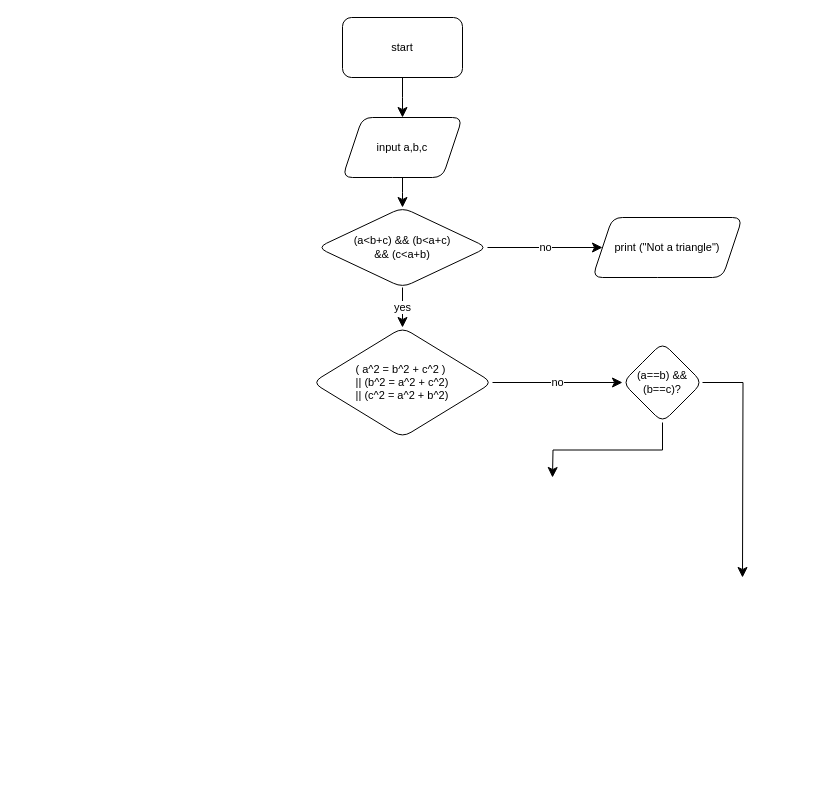
Chuntinne/FlowChart keeps this draw.io diagram as page "Exercise 8" (5 of 6) of Biểu đồ không có tiêu đề.drawio. Above is the earlier version. Source tidied: cells renumbered, new cells numbered last; positions are measured from the earlier drawing's top-left corner, leaving out a move shared by most shapes. Both pictures are drawn from the tidied source at 100%, with x=0, y=0 at pixel (312, 17).
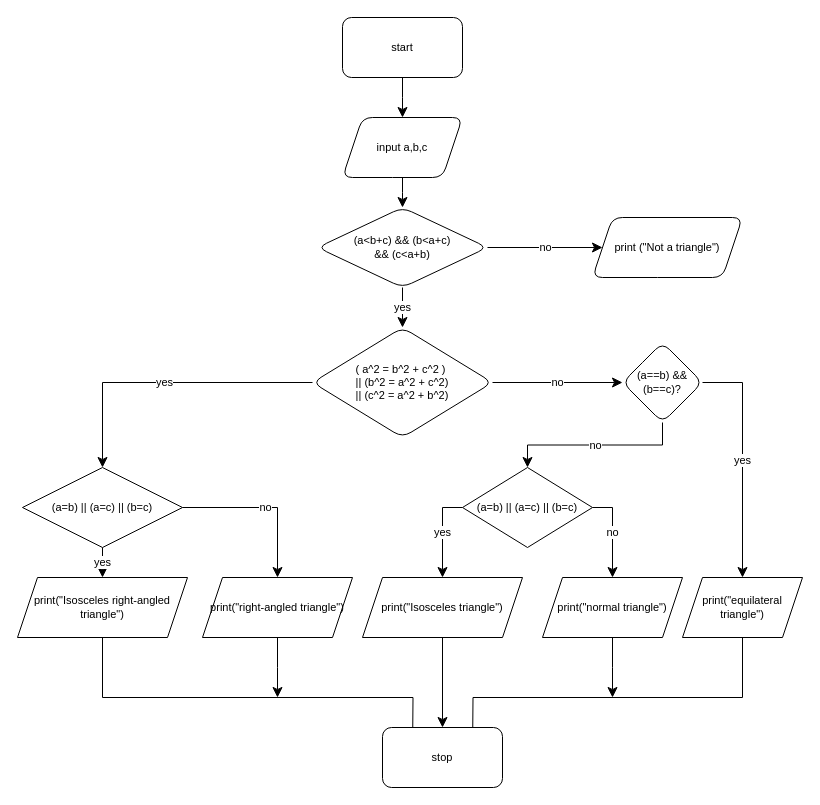
Above is the later version.

Unchanged cells that the change refers to:
```xml
<mxCell id="11" value="( a^2 = b^2 + c^2 )&amp;nbsp;&lt;br&gt;|| (b^2 = a^2 + c^2)&lt;br&gt;|| (c^2 = a^2 + b^2)" style="rhombus;whiteSpace=wrap;html=1;fontSize=11;rounded=1;" parent="1" vertex="1">
  <mxGeometry y="310" width="180" height="110" as="geometry" />
</mxCell>
<mxCell id="14" value="(a==b) &amp;amp;&amp;amp; (b==c)?" style="rhombus;whiteSpace=wrap;html=1;fontSize=11;rounded=1;" parent="1" vertex="1">
  <mxGeometry x="310" y="325" width="80" height="80" as="geometry" />
</mxCell>
```

The edit, as a diff of the source:
```diff
@@
+    <mxCell id="15" value="yes" style="edgeStyle=orthogonalEdgeStyle;shape=connector;rounded=0;jettySize=auto;html=1;exitX=0;exitY=0.5;exitDx=0;exitDy=0;labelBackgroundColor=default;strokeColor=default;align=center;verticalAlign=middle;fontFamily=Helvetica;fontSize=11;fontColor=default;endArrow=classic;startSize=8;endSize=8;elbow=vertical;" parent="1" edge="1" source="11" target="27">
+      <mxGeometry relative="1" as="geometry">
+        <Array as="points">
+          <mxPoint x="-210" y="365" />
+        </Array>
+      </mxGeometry>
+    </mxCell>
@@
-    <mxCell id="12" style="edgeStyle=orthogonalEdgeStyle;shape=connector;rounded=0;jettySize=auto;elbow=vertical;html=1;exitX=1;exitY=0.5;exitDx=0;exitDy=0;labelBackgroundColor=default;strokeColor=default;align=center;verticalAlign=middle;fontFamily=Helvetica;fontSize=11;fontColor=default;endArrow=classic;startSize=8;endSize=8;" parent="1" edge="1" source="14">
-      <mxGeometry relative="1" as="geometry">
-        <mxPoint x="430" y="560" as="targetPoint" />
-      </mxGeometry>
+    <mxCell id="12" value="yes" style="edgeStyle=orthogonalEdgeStyle;shape=connector;rounded=0;jettySize=auto;elbow=vertical;html=1;exitX=1;exitY=0.5;exitDx=0;exitDy=0;labelBackgroundColor=default;strokeColor=default;align=center;verticalAlign=middle;fontFamily=Helvetica;fontSize=11;fontColor=default;endArrow=classic;startSize=8;endSize=8;" parent="1" edge="1" source="14" target="17">
+      <mxGeometry relative="1" as="geometry" />
     </mxCell>
-    <mxCell id="13" style="edgeStyle=orthogonalEdgeStyle;shape=connector;rounded=0;jettySize=auto;html=1;exitX=0.5;exitY=1;exitDx=0;exitDy=0;labelBackgroundColor=default;strokeColor=default;align=center;verticalAlign=middle;fontFamily=Helvetica;fontSize=11;fontColor=default;endArrow=classic;startSize=8;endSize=8;elbow=vertical;" parent="1" edge="1" source="14">
-      <mxGeometry relative="1" as="geometry">
-        <mxPoint x="240" y="460" as="targetPoint" />
-      </mxGeometry>
+    <mxCell id="13" value="no" style="edgeStyle=orthogonalEdgeStyle;shape=connector;rounded=0;jettySize=auto;html=1;exitX=0.5;exitY=1;exitDx=0;exitDy=0;labelBackgroundColor=default;strokeColor=default;align=center;verticalAlign=middle;fontFamily=Helvetica;fontSize=11;fontColor=default;endArrow=classic;startSize=8;endSize=8;elbow=vertical;" parent="1" edge="1" source="14" target="20">
+      <mxGeometry relative="1" as="geometry" />
     </mxCell>
@@
+    <mxCell id="16" style="edgeStyle=orthogonalEdgeStyle;shape=connector;rounded=0;jettySize=auto;html=1;exitX=0.5;exitY=1;exitDx=0;exitDy=0;labelBackgroundColor=default;strokeColor=default;align=center;verticalAlign=middle;fontFamily=Helvetica;fontSize=11;fontColor=default;endArrow=classic;startSize=8;endSize=8;elbow=vertical;" parent="1" edge="1" source="17">
+      <mxGeometry relative="1" as="geometry">
+        <mxPoint x="160" y="740" as="targetPoint" />
+      </mxGeometry>
+    </mxCell>
+    <mxCell id="17" value="print(&quot;equilateral triangle&quot;)" style="shape=parallelogram;perimeter=parallelogramPerimeter;whiteSpace=wrap;html=1;fixedSize=1;fontFamily=Helvetica;fontSize=11;fontColor=default;" parent="1" vertex="1">
+      <mxGeometry x="370" y="560" width="120" height="60" as="geometry" />
+    </mxCell>
+    <mxCell id="18" value="yes" style="edgeStyle=orthogonalEdgeStyle;shape=connector;rounded=0;jettySize=auto;html=1;exitX=0;exitY=0.5;exitDx=0;exitDy=0;labelBackgroundColor=default;strokeColor=default;align=center;verticalAlign=middle;fontFamily=Helvetica;fontSize=11;fontColor=default;endArrow=classic;startSize=8;endSize=8;elbow=vertical;" parent="1" edge="1" source="20" target="22">
+      <mxGeometry relative="1" as="geometry" />
+    </mxCell>
+    <mxCell id="19" value="no" style="edgeStyle=orthogonalEdgeStyle;shape=connector;rounded=0;jettySize=auto;html=1;exitX=1;exitY=0.5;exitDx=0;exitDy=0;labelBackgroundColor=default;strokeColor=default;align=center;verticalAlign=middle;fontFamily=Helvetica;fontSize=11;fontColor=default;endArrow=classic;startSize=8;endSize=8;elbow=vertical;" parent="1" edge="1" source="20" target="24">
+      <mxGeometry relative="1" as="geometry" />
+    </mxCell>
+    <mxCell id="20" value="(a=b) || (a=c) || (b=c)" style="rhombus;whiteSpace=wrap;html=1;fontFamily=Helvetica;fontSize=11;fontColor=default;" parent="1" vertex="1">
+      <mxGeometry x="150" y="450" width="130" height="80" as="geometry" />
+    </mxCell>
+    <mxCell id="21" style="edgeStyle=orthogonalEdgeStyle;shape=connector;rounded=0;jettySize=auto;html=1;exitX=0.5;exitY=1;exitDx=0;exitDy=0;labelBackgroundColor=default;strokeColor=default;align=center;verticalAlign=middle;fontFamily=Helvetica;fontSize=11;fontColor=default;endArrow=classic;startSize=8;endSize=8;elbow=vertical;" parent="1" edge="1" source="22" target="32">
+      <mxGeometry relative="1" as="geometry" />
+    </mxCell>
+    <mxCell id="22" value="print(&quot;Isosceles triangle&quot;)" style="shape=parallelogram;perimeter=parallelogramPerimeter;whiteSpace=wrap;html=1;fixedSize=1;fontFamily=Helvetica;fontSize=11;fontColor=default;" parent="1" vertex="1">
+      <mxGeometry x="50" y="560" width="160" height="60" as="geometry" />
+    </mxCell>
+    <mxCell id="23" style="edgeStyle=orthogonalEdgeStyle;shape=connector;rounded=0;jettySize=auto;html=1;exitX=0.5;exitY=1;exitDx=0;exitDy=0;labelBackgroundColor=default;strokeColor=default;align=center;verticalAlign=middle;fontFamily=Helvetica;fontSize=11;fontColor=default;endArrow=classic;startSize=8;endSize=8;elbow=vertical;" parent="1" edge="1" source="24">
+      <mxGeometry relative="1" as="geometry">
+        <mxPoint x="300" y="680" as="targetPoint" />
+      </mxGeometry>
+    </mxCell>
+    <mxCell id="24" value="print(&quot;normal triangle&quot;)" style="shape=parallelogram;perimeter=parallelogramPerimeter;whiteSpace=wrap;html=1;fixedSize=1;fontFamily=Helvetica;fontSize=11;fontColor=default;" parent="1" vertex="1">
+      <mxGeometry x="230" y="560" width="140" height="60" as="geometry" />
+    </mxCell>
+    <mxCell id="25" value="yes" style="edgeStyle=orthogonalEdgeStyle;shape=connector;rounded=0;jettySize=auto;html=1;exitX=0.5;exitY=1;exitDx=0;exitDy=0;labelBackgroundColor=default;strokeColor=default;align=center;verticalAlign=middle;fontFamily=Helvetica;fontSize=11;fontColor=default;endArrow=classic;startSize=8;endSize=8;elbow=vertical;" parent="1" edge="1" source="27" target="29">
+      <mxGeometry relative="1" as="geometry" />
+    </mxCell>
+    <mxCell id="26" value="no" style="edgeStyle=orthogonalEdgeStyle;shape=connector;rounded=0;jettySize=auto;html=1;exitX=1;exitY=0.5;exitDx=0;exitDy=0;labelBackgroundColor=default;strokeColor=default;align=center;verticalAlign=middle;fontFamily=Helvetica;fontSize=11;fontColor=default;endArrow=classic;startSize=8;endSize=8;elbow=vertical;" parent="1" edge="1" source="27" target="31">
+      <mxGeometry relative="1" as="geometry" />
+    </mxCell>
+    <mxCell id="27" value="(a=b) || (a=c) || (b=c)" style="rhombus;whiteSpace=wrap;html=1;fontFamily=Helvetica;fontSize=11;fontColor=default;" parent="1" vertex="1">
+      <mxGeometry x="-290" y="450" width="160" height="80" as="geometry" />
+    </mxCell>
+    <mxCell id="28" style="edgeStyle=orthogonalEdgeStyle;shape=connector;rounded=0;jettySize=auto;html=1;exitX=0.5;exitY=1;exitDx=0;exitDy=0;labelBackgroundColor=default;strokeColor=default;align=center;verticalAlign=middle;fontFamily=Helvetica;fontSize=11;fontColor=default;endArrow=classic;startSize=8;endSize=8;elbow=vertical;" parent="1" edge="1" source="29">
+      <mxGeometry relative="1" as="geometry">
+        <mxPoint x="100" y="740" as="targetPoint" />
+      </mxGeometry>
+    </mxCell>
+    <mxCell id="29" value="print(&quot;Isosceles right-angled triangle&quot;)" style="shape=parallelogram;perimeter=parallelogramPerimeter;whiteSpace=wrap;html=1;fixedSize=1;fontFamily=Helvetica;fontSize=11;fontColor=default;" parent="1" vertex="1">
+      <mxGeometry x="-295" y="560" width="170" height="60" as="geometry" />
+    </mxCell>
+    <mxCell id="30" style="edgeStyle=orthogonalEdgeStyle;shape=connector;rounded=0;jettySize=auto;html=1;exitX=0.5;exitY=1;exitDx=0;exitDy=0;labelBackgroundColor=default;strokeColor=default;align=center;verticalAlign=middle;fontFamily=Helvetica;fontSize=11;fontColor=default;endArrow=classic;startSize=8;endSize=8;elbow=vertical;" parent="1" edge="1" source="31">
+      <mxGeometry relative="1" as="geometry">
+        <mxPoint x="-35" y="680" as="targetPoint" />
+      </mxGeometry>
+    </mxCell>
+    <mxCell id="31" value="print(&quot;right-angled triangle&quot;)" style="shape=parallelogram;perimeter=parallelogramPerimeter;whiteSpace=wrap;html=1;fixedSize=1;fontFamily=Helvetica;fontSize=11;fontColor=default;" parent="1" vertex="1">
+      <mxGeometry x="-110" y="560" width="150" height="60" as="geometry" />
+    </mxCell>
+    <mxCell id="32" value="stop" style="rounded=1;whiteSpace=wrap;html=1;fontFamily=Helvetica;fontSize=11;fontColor=default;" parent="1" vertex="1">
+      <mxGeometry x="70" y="710" width="120" height="60" as="geometry" />
+    </mxCell>
```
